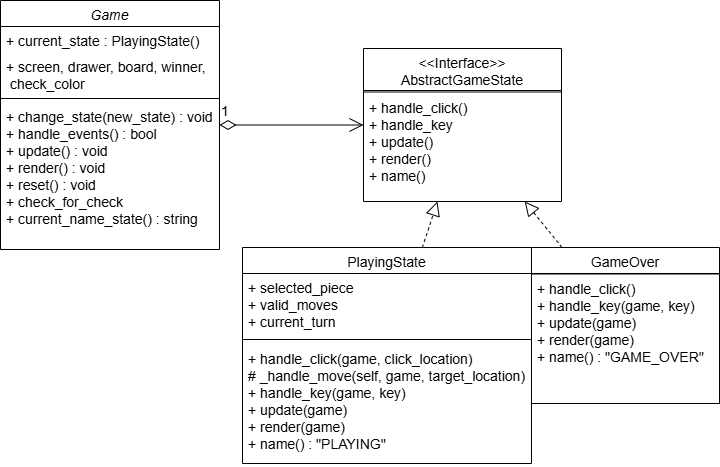
Earlier version of the draw.io export diagrams/diagram_state.png (arturdsilva/pygameChess). Source tidied: cells renumbered, new cells last; positions are measured from the earlier drawing's top-left corner, leaving out a move shared by most shapes. Its diagram source:
```xml
<mxGraphModel background="#ffffff">
  <root>
    <mxCell id="0" />
    <mxCell id="1" parent="0" />
    <mxCell id="2" value="Game" style="swimlane;fontStyle=2;align=center;verticalAlign=top;horizontal=1;startSize=26;rounded=0;shadow=0;strokeWidth=1;labelBackgroundColor=none;fontSize=14;" parent="1" vertex="1">
      <mxGeometry width="219" height="249" as="geometry" />
    </mxCell>
    <mxCell id="3" value="+ current_state : PlayingState()" style="text;align=left;verticalAlign=top;spacingLeft=4;spacingRight=4;overflow=hidden;labelBackgroundColor=none;fontSize=14;" parent="2" vertex="1">
      <mxGeometry y="26" width="219" height="26" as="geometry" />
    </mxCell>
    <mxCell id="4" value="+ screen, drawer, board, winner,&#10; check_color" style="text;align=left;verticalAlign=top;spacingLeft=4;spacingRight=4;overflow=hidden;rounded=0;shadow=0;html=0;labelBackgroundColor=none;fontSize=14;" parent="2" vertex="1">
      <mxGeometry y="52" width="219" height="42" as="geometry" />
    </mxCell>
    <mxCell id="5" style="line;html=1;strokeWidth=1;align=left;verticalAlign=middle;spacingTop=-1;spacingLeft=3;spacingRight=3;labelPosition=right;labelBackgroundColor=none;fontSize=14;" parent="2" vertex="1">
      <mxGeometry y="94" width="219" height="8" as="geometry" />
    </mxCell>
    <mxCell id="6" value="+ change_state(new_state) : void&#10;+ handle_events() : bool&#10;+ update() : void&#10;+ render() : void&#10;+ reset() : void &#10;+ check_for_check&#10;+ current_name_state() : string" style="text;align=left;verticalAlign=top;spacingLeft=4;spacingRight=4;overflow=hidden;labelBackgroundColor=none;fontSize=14;" parent="2" vertex="1">
      <mxGeometry y="102" width="219" height="147" as="geometry" />
    </mxCell>
    <mxCell id="7" value="1" style="endArrow=open;html=1;endSize=12;startArrow=diamondThin;startSize=14;startFill=0;edgeStyle=orthogonalEdgeStyle;align=left;verticalAlign=bottom;rounded=0;labelBackgroundColor=none;fontColor=default;fontSize=14;" parent="1" edge="1" source="2" target="17">
      <mxGeometry x="-1" y="3" relative="1" as="geometry" />
    </mxCell>
    <mxCell id="8" value="PlayingState&#10;" style="swimlane;fontStyle=0;align=center;verticalAlign=top;horizontal=1;startSize=26;rounded=0;shadow=0;strokeWidth=1;labelBackgroundColor=none;fontSize=14;" parent="1" vertex="1">
      <mxGeometry x="242" y="247" width="289" height="216" as="geometry" />
    </mxCell>
    <mxCell id="9" value="+ selected_piece&#10;+ valid_moves&#10;+ current_turn" style="text;align=left;verticalAlign=top;spacingLeft=4;spacingRight=4;overflow=hidden;labelBackgroundColor=none;fontSize=14;" parent="8" vertex="1">
      <mxGeometry y="26" width="289" height="61" as="geometry" />
    </mxCell>
    <mxCell id="10" style="line;html=1;strokeWidth=1;align=left;verticalAlign=middle;spacingTop=-1;spacingLeft=3;spacingRight=3;labelPosition=right;labelBackgroundColor=none;fontSize=14;" parent="8" vertex="1">
      <mxGeometry y="87" width="289" height="10" as="geometry" />
    </mxCell>
    <mxCell id="11" value="+ handle_click(game, click_location)&#10;# _handle_move(self, game, target_location)&#10;+ handle_key(game, key)&#10;+ update(game)&#10;+ render(game)&#10;+ name() : &quot;PLAYING&quot;" style="text;align=left;verticalAlign=top;spacingLeft=4;spacingRight=4;overflow=hidden;labelBackgroundColor=none;fontSize=14;" parent="8" vertex="1">
      <mxGeometry y="97" width="289" height="119" as="geometry" />
    </mxCell>
    <mxCell id="12" value="GameOver" style="swimlane;fontStyle=0;align=center;verticalAlign=top;horizontal=1;startSize=26;rounded=0;shadow=0;strokeWidth=1;labelBackgroundColor=none;fontSize=14;" parent="1" vertex="1">
      <mxGeometry x="531" y="247" width="188" height="156" as="geometry" />
    </mxCell>
    <mxCell id="13" style="line;html=1;strokeWidth=1;align=left;verticalAlign=middle;spacingTop=-1;spacingLeft=3;spacingRight=3;labelPosition=right;labelBackgroundColor=none;fontSize=14;" parent="12" vertex="1">
      <mxGeometry y="26" width="188" height="1" as="geometry" />
    </mxCell>
    <mxCell id="14" value="+ handle_click()&#10;+ handle_key(game, key)&#10;+ update(game)&#10;+ render(game)&#10;+ name() : &quot;GAME_OVER&quot;" style="text;align=left;verticalAlign=top;spacingLeft=4;spacingRight=4;overflow=hidden;labelBackgroundColor=none;fontSize=14;" parent="12" vertex="1">
      <mxGeometry y="27" width="188" height="103" as="geometry" />
    </mxCell>
    <mxCell id="15" style="endArrow=block;dashed=1;endFill=0;endSize=12;html=1;rounded=0;labelBackgroundColor=none;fontColor=default;fontSize=14;" parent="1" edge="1" source="8" target="17">
      <mxGeometry relative="1" as="geometry" />
    </mxCell>
    <mxCell id="16" style="endArrow=block;dashed=1;endFill=0;endSize=12;html=1;rounded=0;labelBackgroundColor=none;fontColor=default;fontSize=14;" parent="1" edge="1" source="12" target="17">
      <mxGeometry relative="1" as="geometry" />
    </mxCell>
    <mxCell id="17" value="&lt;&lt;Interface&gt;&gt;&#10;AbstractGameState&#10;&#10;" style="swimlane;fontStyle=0;align=center;verticalAlign=top;horizontal=1;startSize=42;rounded=0;shadow=0;strokeWidth=1;labelBackgroundColor=none;fontSize=14;" parent="1" vertex="1">
      <mxGeometry x="363" y="48" width="198" height="153" as="geometry" />
    </mxCell>
    <mxCell id="18" style="line;html=1;strokeWidth=1;align=left;verticalAlign=middle;spacingTop=-1;spacingLeft=3;spacingRight=3;labelPosition=right;labelBackgroundColor=none;fontSize=14;" parent="17" vertex="1">
      <mxGeometry y="42" width="198" height="3" as="geometry" />
    </mxCell>
    <mxCell id="19" value="+ handle_click()&#10;+ handle_key&#10;+ update()&#10;+ render()&#10;+ name()" style="text;align=left;verticalAlign=top;spacingLeft=4;spacingRight=4;overflow=hidden;labelBackgroundColor=none;fontSize=14;" parent="17" vertex="1">
      <mxGeometry y="45" width="198" height="103" as="geometry" />
    </mxCell>
  </root>
</mxGraphModel>
```
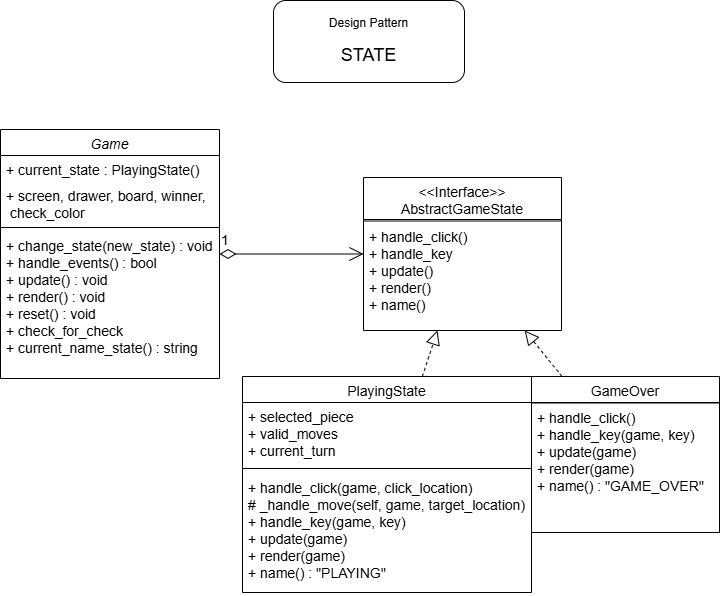
The same diagram one commit later.

Commit message:
feat: add title to diagrams

What changed in the source:
```diff
@@ -56,5 +56,8 @@
     <mxCell id="19" value="+ handle_click()&#10;+ handle_key&#10;+ update()&#10;+ render()&#10;+ name()" style="text;align=left;verticalAlign=top;spacingLeft=4;spacingRight=4;overflow=hidden;labelBackgroundColor=none;fontSize=14;" parent="17" vertex="1">
       <mxGeometry y="45" width="198" height="103" as="geometry" />
     </mxCell>
+    <mxCell id="20" value="Design Pattern&lt;div&gt;&lt;br&gt;&lt;div&gt;&lt;font style=&quot;font-size: 18px;&quot;&gt;STATE&lt;/font&gt;&lt;/div&gt;&lt;/div&gt;" style="rounded=1;whiteSpace=wrap;html=1;" parent="1" vertex="1">
+      <mxGeometry x="273" y="-129" width="191" height="82" as="geometry" />
+    </mxCell>
   </root>
 </mxGraphModel>
```
